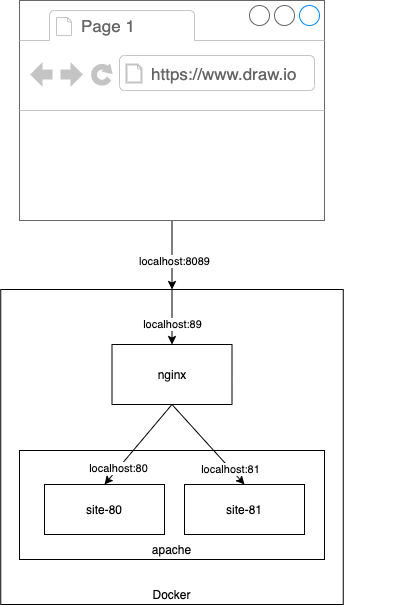
Earlier version of the draw.io export src/web-server/apache_nginx/image/nginx-proxy.drawio.png (iij/bootcamp). Source tidied: cells renumbered, new cells last; positions are measured from the earlier drawing's top-left corner, leaving out a move shared by most shapes. Its diagram source:
```xml
<mxGraphModel background="#FFFFFF">
  <root>
    <mxCell id="0" />
    <mxCell id="1" parent="0" />
    <mxCell id="2" value="Docker" style="rounded=0;whiteSpace=wrap;html=1;verticalAlign=bottom;" parent="1" vertex="1">
      <mxGeometry x="0.2" y="289" width="342.5" height="315" as="geometry" />
    </mxCell>
    <mxCell id="3" style="edgeStyle=none;rounded=0;jettySize=auto;html=1;exitX=0.5;exitY=0;exitDx=0;exitDy=0;entryX=0.5;entryY=0;entryDx=0;entryDy=0;" parent="1" edge="1" source="2" target="10">
      <mxGeometry relative="1" as="geometry" />
    </mxCell>
    <mxCell id="4" value="localhost:89" style="edgeLabel;html=1;align=center;verticalAlign=middle;points=[];" parent="3" vertex="1">
      <mxGeometry x="0.25" relative="1" as="geometry" />
    </mxCell>
    <mxCell id="5" style="edgeStyle=none;rounded=0;jettySize=auto;html=1;entryX=0.5;entryY=0;entryDx=0;entryDy=0;" parent="1" edge="1" source="7" target="2">
      <mxGeometry relative="1" as="geometry" />
    </mxCell>
    <mxCell id="6" value="localhost:8089" style="edgeLabel;html=1;align=center;verticalAlign=middle;" parent="5" vertex="1">
      <mxGeometry x="0.56" y="2" relative="1" as="geometry">
        <mxPoint y="-14" as="offset" />
      </mxGeometry>
    </mxCell>
    <mxCell id="7" style="strokeWidth=1;shadow=0;dashed=0;align=center;html=1;shape=mxgraph.mockup.containers.browserWindow;rSize=0;strokeColor=#666666;strokeColor2=#008cff;strokeColor3=#c4c4c4;mainText=,;" parent="1" vertex="1">
      <mxGeometry x="19" width="305" height="220" as="geometry" />
    </mxCell>
    <mxCell id="8" value="Page 1" style="strokeWidth=1;shadow=0;dashed=0;align=center;html=1;shape=mxgraph.mockup.containers.anchor;fontSize=17;fontColor=#666666;align=left;" parent="7" vertex="1">
      <mxGeometry x="60" y="12" width="110" height="26" as="geometry" />
    </mxCell>
    <mxCell id="9" value="https://www.draw.io" style="strokeWidth=1;shadow=0;dashed=0;align=center;html=1;shape=mxgraph.mockup.containers.anchor;rSize=0;fontSize=17;fontColor=#666666;align=left;" parent="7" vertex="1">
      <mxGeometry x="130" y="60" width="250" height="26" as="geometry" />
    </mxCell>
    <mxCell id="10" value="nginx" style="rounded=0;whiteSpace=wrap;html=1;" parent="1" vertex="1">
      <mxGeometry x="111.5" y="344" width="120" height="60" as="geometry" />
    </mxCell>
    <mxCell id="11" value="apache" style="rounded=0;whiteSpace=wrap;html=1;verticalAlign=bottom;" parent="1" vertex="1">
      <mxGeometry x="19" y="450" width="305" height="109" as="geometry" />
    </mxCell>
    <mxCell id="12" value="site-80" style="rounded=0;whiteSpace=wrap;html=1;" parent="1" vertex="1">
      <mxGeometry x="44" y="484" width="120" height="50" as="geometry" />
    </mxCell>
    <mxCell id="13" value="site-81" style="rounded=0;whiteSpace=wrap;html=1;" parent="1" vertex="1">
      <mxGeometry x="184" y="484" width="120" height="50" as="geometry" />
    </mxCell>
    <mxCell id="14" style="edgeStyle=none;rounded=0;jettySize=auto;html=1;exitX=0.5;exitY=1;exitDx=0;exitDy=0;entryX=0.5;entryY=0;entryDx=0;entryDy=0;" parent="1" edge="1" source="10" target="12">
      <mxGeometry relative="1" as="geometry" />
    </mxCell>
    <mxCell id="15" value="localhost:80" style="edgeLabel;html=1;align=center;verticalAlign=middle;" parent="14" vertex="1">
      <mxGeometry x="-0.29" y="-1" relative="1" as="geometry">
        <mxPoint x="-28.9" y="35.4" as="offset" />
      </mxGeometry>
    </mxCell>
    <mxCell id="16" style="edgeStyle=none;rounded=0;jettySize=auto;html=1;exitX=0.5;exitY=1;exitDx=0;exitDy=0;entryX=0.5;entryY=0;entryDx=0;entryDy=0;" parent="1" edge="1" source="10" target="13">
      <mxGeometry relative="1" as="geometry" />
    </mxCell>
    <mxCell id="17" value="localhost:81" style="edgeLabel;html=1;align=center;verticalAlign=middle;" parent="16" vertex="1">
      <mxGeometry x="-0.27" y="2" relative="1" as="geometry">
        <mxPoint x="29.8" y="37.4" as="offset" />
      </mxGeometry>
    </mxCell>
  </root>
</mxGraphModel>
```
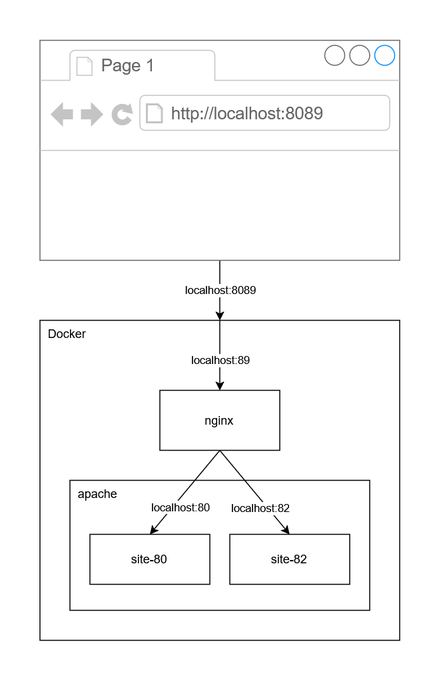
Above is the later version.

Commit message:
nginx-proxyの画像ファイルを改良

- ブラウザ部分のアクセス先のURLをlocalhost:8089に
- site-81 を site-82 に
- localhost:81 を localhost:82 に
- DockerとApacheの表示を左上に
- 余白の追加

Diff of the diagram source:
```diff
@@ -2,59 +2,64 @@
   <root>
     <mxCell id="0" />
     <mxCell id="1" parent="0" />
-    <mxCell id="2" value="Docker" style="rounded=0;whiteSpace=wrap;html=1;verticalAlign=bottom;" parent="1" vertex="1">
-      <mxGeometry x="0.2" y="289" width="342.5" height="315" as="geometry" />
+    <mxCell id="2" style="rounded=0;whiteSpace=wrap;html=1;strokeColor=none;" parent="1" vertex="1">
+      <mxGeometry x="-46" y="-30" width="440" height="680" as="geometry" />
     </mxCell>
-    <mxCell id="3" style="edgeStyle=none;rounded=0;jettySize=auto;html=1;exitX=0.5;exitY=0;exitDx=0;exitDy=0;entryX=0.5;entryY=0;entryDx=0;entryDy=0;" parent="1" edge="1" source="2" target="10">
-      <mxGeometry relative="1" as="geometry" />
-    </mxCell>
-    <mxCell id="4" value="localhost:89" style="edgeLabel;html=1;align=center;verticalAlign=middle;points=[];" parent="3" vertex="1">
-      <mxGeometry x="0.25" relative="1" as="geometry" />
-    </mxCell>
-    <mxCell id="5" style="edgeStyle=none;rounded=0;jettySize=auto;html=1;entryX=0.5;entryY=0;entryDx=0;entryDy=0;" parent="1" edge="1" source="7" target="2">
-      <mxGeometry relative="1" as="geometry" />
-    </mxCell>
-    <mxCell id="6" value="localhost:8089" style="edgeLabel;html=1;align=center;verticalAlign=middle;" parent="5" vertex="1">
-      <mxGeometry x="0.56" y="2" relative="1" as="geometry">
-        <mxPoint y="-14" as="offset" />
-      </mxGeometry>
-    </mxCell>
+    <mxCell id="18" value="&amp;nbsp; Docker" style="rounded=0;whiteSpace=wrap;html=1;verticalAlign=top;align=left;" parent="1" vertex="1">
+      <mxGeometry x="-6" y="290" width="360" height="320" as="geometry" />
+    </mxCell>
-    <mxCell id="7" style="strokeWidth=1;shadow=0;dashed=0;align=center;html=1;shape=mxgraph.mockup.containers.browserWindow;rSize=0;strokeColor=#666666;strokeColor2=#008cff;strokeColor3=#c4c4c4;mainText=,;" parent="1" vertex="1">
-      <mxGeometry x="19" width="305" height="220" as="geometry" />
+    <mxCell id="7" style="edgeStyle=none;rounded=0;jettySize=auto;html=1;exitX=0.5;exitY=0;exitDx=0;exitDy=0;entryX=0.5;entryY=0;entryDx=0;entryDy=0;" parent="1" edge="1" source="18" target="21">
+      <mxGeometry relative="1" as="geometry" />
     </mxCell>
-    <mxCell id="8" value="Page 1" style="strokeWidth=1;shadow=0;dashed=0;align=center;html=1;shape=mxgraph.mockup.containers.anchor;fontSize=17;fontColor=#666666;align=left;" parent="7" vertex="1">
-      <mxGeometry x="60" y="12" width="110" height="26" as="geometry" />
+    <mxCell id="8" value="localhost:89" style="edgeLabel;html=1;align=center;verticalAlign=middle;" parent="7" vertex="1">
+      <mxGeometry x="0.25" relative="1" as="geometry">
+        <mxPoint y="-4" as="offset" />
+      </mxGeometry>
     </mxCell>
-    <mxCell id="9" value="https://www.draw.io" style="strokeWidth=1;shadow=0;dashed=0;align=center;html=1;shape=mxgraph.mockup.containers.anchor;rSize=0;fontSize=17;fontColor=#666666;align=left;" parent="7" vertex="1">
-      <mxGeometry x="130" y="60" width="250" height="26" as="geometry" />
+    <mxCell id="9" style="edgeStyle=none;rounded=0;jettySize=auto;html=1;entryX=0.5;entryY=0;entryDx=0;entryDy=0;" parent="1" edge="1" source="5" target="18">
+      <mxGeometry relative="1" as="geometry" />
     </mxCell>
+    <mxCell id="19" value="localhost:8089" style="edgeLabel;html=1;align=center;verticalAlign=middle;" parent="9" vertex="1">
+      <mxGeometry x="0.56" y="2" relative="1" as="geometry">
+        <mxPoint x="-2" y="-17" as="offset" />
+      </mxGeometry>
+    </mxCell>
+    <mxCell id="5" style="strokeWidth=1;shadow=0;dashed=0;align=center;html=1;shape=mxgraph.mockup.containers.browserWindow;rSize=0;strokeColor=#666666;strokeColor2=#008cff;strokeColor3=#c4c4c4;mainText=,;" parent="1" vertex="1">
+      <mxGeometry x="-6" y="10" width="360" height="220" as="geometry" />
+    </mxCell>
+    <mxCell id="6" value="Page 1" style="strokeWidth=1;shadow=0;dashed=0;align=center;html=1;shape=mxgraph.mockup.containers.anchor;fontSize=17;fontColor=#666666;align=left;" parent="5" vertex="1">
+      <mxGeometry x="60" y="12" width="110" height="26" as="geometry" />
+    </mxCell>
+    <mxCell id="20" value="http://localhost:8089" style="strokeWidth=1;shadow=0;dashed=0;align=center;html=1;shape=mxgraph.mockup.containers.anchor;rSize=0;fontSize=17;fontColor=#666666;align=left;" parent="5" vertex="1">
+      <mxGeometry x="130" y="60" width="220" height="26" as="geometry" />
+    </mxCell>
+    <mxCell id="21" value="nginx" style="rounded=0;whiteSpace=wrap;html=1;" parent="1" vertex="1">
+      <mxGeometry x="114" y="360" width="120" height="60" as="geometry" />
+    </mxCell>
-    <mxCell id="10" value="nginx" style="rounded=0;whiteSpace=wrap;html=1;" parent="1" vertex="1">
-      <mxGeometry x="111.5" y="344" width="120" height="60" as="geometry" />
+    <mxCell id="10" value="&amp;nbsp; apache" style="rounded=0;whiteSpace=wrap;html=1;verticalAlign=top;align=left;" parent="1" vertex="1">
+      <mxGeometry x="24" y="450" width="300" height="130" as="geometry" />
     </mxCell>
+    <mxCell id="3" value="site-80" style="rounded=0;whiteSpace=wrap;html=1;" parent="1" vertex="1">
+      <mxGeometry x="44" y="504" width="120" height="50" as="geometry" />
+    </mxCell>
+    <mxCell id="4" value="site-82" style="rounded=0;whiteSpace=wrap;html=1;" parent="1" vertex="1">
+      <mxGeometry x="184" y="504" width="120" height="50" as="geometry" />
+    </mxCell>
-    <mxCell id="11" value="apache" style="rounded=0;whiteSpace=wrap;html=1;verticalAlign=bottom;" parent="1" vertex="1">
-      <mxGeometry x="19" y="450" width="305" height="109" as="geometry" />
+    <mxCell id="11" style="edgeStyle=none;rounded=0;jettySize=auto;html=1;exitX=0.5;exitY=1;exitDx=0;exitDy=0;entryX=0.5;entryY=0;entryDx=0;entryDy=0;" parent="1" edge="1" source="21" target="3">
+      <mxGeometry relative="1" as="geometry" />
     </mxCell>
-    <mxCell id="12" value="site-80" style="rounded=0;whiteSpace=wrap;html=1;" parent="1" vertex="1">
-      <mxGeometry x="44" y="484" width="120" height="50" as="geometry" />
+    <mxCell id="12" value="localhost:80" style="edgeLabel;html=1;align=center;verticalAlign=middle;points=[];" parent="11" vertex="1">
+      <mxGeometry x="-0.29" y="-1" relative="1" as="geometry">
+        <mxPoint x="-14" y="28" as="offset" />
+      </mxGeometry>
     </mxCell>
-    <mxCell id="13" value="site-81" style="rounded=0;whiteSpace=wrap;html=1;" parent="1" vertex="1">
-      <mxGeometry x="184" y="484" width="120" height="50" as="geometry" />
+    <mxCell id="13" style="edgeStyle=none;rounded=0;jettySize=auto;html=1;exitX=0.5;exitY=1;exitDx=0;exitDy=0;entryX=0.5;entryY=0;entryDx=0;entryDy=0;" parent="1" edge="1" source="21" target="4">
+      <mxGeometry relative="1" as="geometry" />
     </mxCell>
-    <mxCell id="14" style="edgeStyle=none;rounded=0;jettySize=auto;html=1;exitX=0.5;exitY=1;exitDx=0;exitDy=0;entryX=0.5;entryY=0;entryDx=0;entryDy=0;" parent="1" edge="1" source="10" target="12">
-      <mxGeometry relative="1" as="geometry" />
+    <mxCell id="14" value="localhost:82" style="edgeLabel;html=1;align=center;verticalAlign=middle;" parent="13" vertex="1">
+      <mxGeometry x="-0.27" y="2" relative="1" as="geometry">
+        <mxPoint x="13" y="28" as="offset" />
+      </mxGeometry>
     </mxCell>
-    <mxCell id="15" value="localhost:80" style="edgeLabel;html=1;align=center;verticalAlign=middle;" parent="14" vertex="1">
-      <mxGeometry x="-0.29" y="-1" relative="1" as="geometry">
-        <mxPoint x="-28.9" y="35.4" as="offset" />
-      </mxGeometry>
-    </mxCell>
-    <mxCell id="16" style="edgeStyle=none;rounded=0;jettySize=auto;html=1;exitX=0.5;exitY=1;exitDx=0;exitDy=0;entryX=0.5;entryY=0;entryDx=0;entryDy=0;" parent="1" edge="1" source="10" target="13">
-      <mxGeometry relative="1" as="geometry" />
-    </mxCell>
-    <mxCell id="17" value="localhost:81" style="edgeLabel;html=1;align=center;verticalAlign=middle;" parent="16" vertex="1">
-      <mxGeometry x="-0.27" y="2" relative="1" as="geometry">
-        <mxPoint x="29.8" y="37.4" as="offset" />
-      </mxGeometry>
-    </mxCell>
   </root>
 </mxGraphModel>
```
